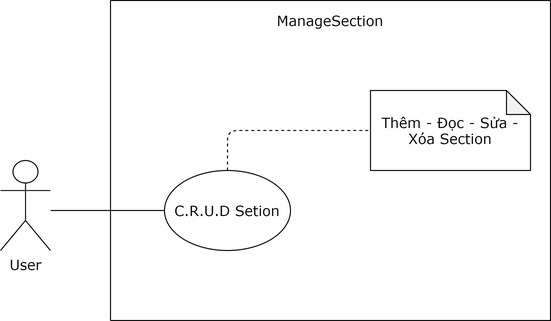
This is ToDoApp-Doc/Document/Diagram/UseCase/ManagementSection/ManageSection_UseCase.png from Merevoli-DatLuu/To-Do-App, a draw.io export, as it was before one commit. Source tidied: cells renumbered, new cells last; positions are measured from the earlier drawing's top-left corner, leaving out a move shared by most shapes.
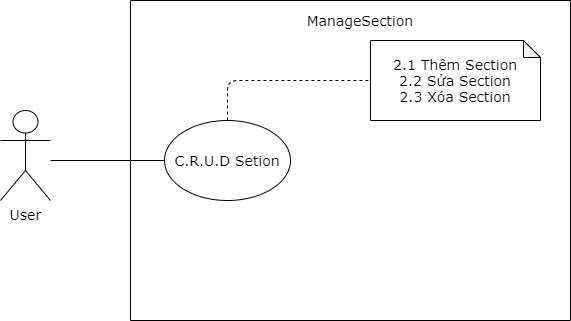
The same file after the commit.

The edit, as a diff of the source:
```diff
@@ -8,8 +8,8 @@
     <mxCell id="3" value="C.R.U.D Setion" style="ellipse;whiteSpace=wrap;html=1;fontFamily=Verdana;fontSize=14;" parent="1" vertex="1">
       <mxGeometry x="164" y="170" width="126" height="80" as="geometry" />
     </mxCell>
-    <mxCell id="4" value="Thêm - Đọc - Sửa - Xóa Section" style="shape=note;whiteSpace=wrap;html=1;backgroundOutline=1;darkOpacity=0.05;size=24;fontFamily=Verdana;fontSize=14;" parent="1" vertex="1">
-      <mxGeometry x="370" y="90" width="160" height="80" as="geometry" />
+    <mxCell id="4" value="2.1 Thêm Section&lt;br&gt;2.2 Sửa Section&lt;br&gt;2.3 Xóa Section" style="shape=note;whiteSpace=wrap;html=1;backgroundOutline=1;darkOpacity=0.05;size=17;fontFamily=Verdana;fontSize=14;" parent="1" vertex="1">
+      <mxGeometry x="370" y="90" width="170" height="80" as="geometry" />
     </mxCell>
     <mxCell id="5" style="endArrow=none;dashed=1;html=1;exitX=0.5;exitY=0;exitDx=0;exitDy=0;entryX=0;entryY=0.5;entryDx=0;entryDy=0;entryPerimeter=0;fontFamily=Verdana;fontSize=14;" parent="1" edge="1" source="3" target="4">
       <mxGeometry relative="1" as="geometry">
@@ -24,13 +24,13 @@
       </mxGeometry>
     </mxCell>
     <mxCell id="7" style="shape=partialRectangle;whiteSpace=wrap;html=1;bottom=0;right=0;fillColor=none;fontFamily=Verdana;fontSize=14;" parent="1" vertex="1">
-      <mxGeometry x="110" width="440" height="320" as="geometry" />
+      <mxGeometry x="130" y="50" width="440" height="320" as="geometry" />
     </mxCell>
     <mxCell id="8" style="shape=partialRectangle;whiteSpace=wrap;html=1;top=0;left=0;fillColor=none;fontFamily=Verdana;fontSize=14;" parent="1" vertex="1">
-      <mxGeometry x="110" width="440" height="320" as="geometry" />
+      <mxGeometry x="130" y="50" width="440" height="320" as="geometry" />
     </mxCell>
     <mxCell id="9" value="ManageSection" style="text;html=1;strokeColor=none;fillColor=none;align=center;verticalAlign=middle;whiteSpace=wrap;rounded=0;fontFamily=Verdana;fontSize=14;" parent="1" vertex="1">
-      <mxGeometry x="270" y="10" width="120" height="20" as="geometry" />
+      <mxGeometry x="300" y="60" width="120" height="20" as="geometry" />
     </mxCell>
   </root>
 </mxGraphModel>
```
